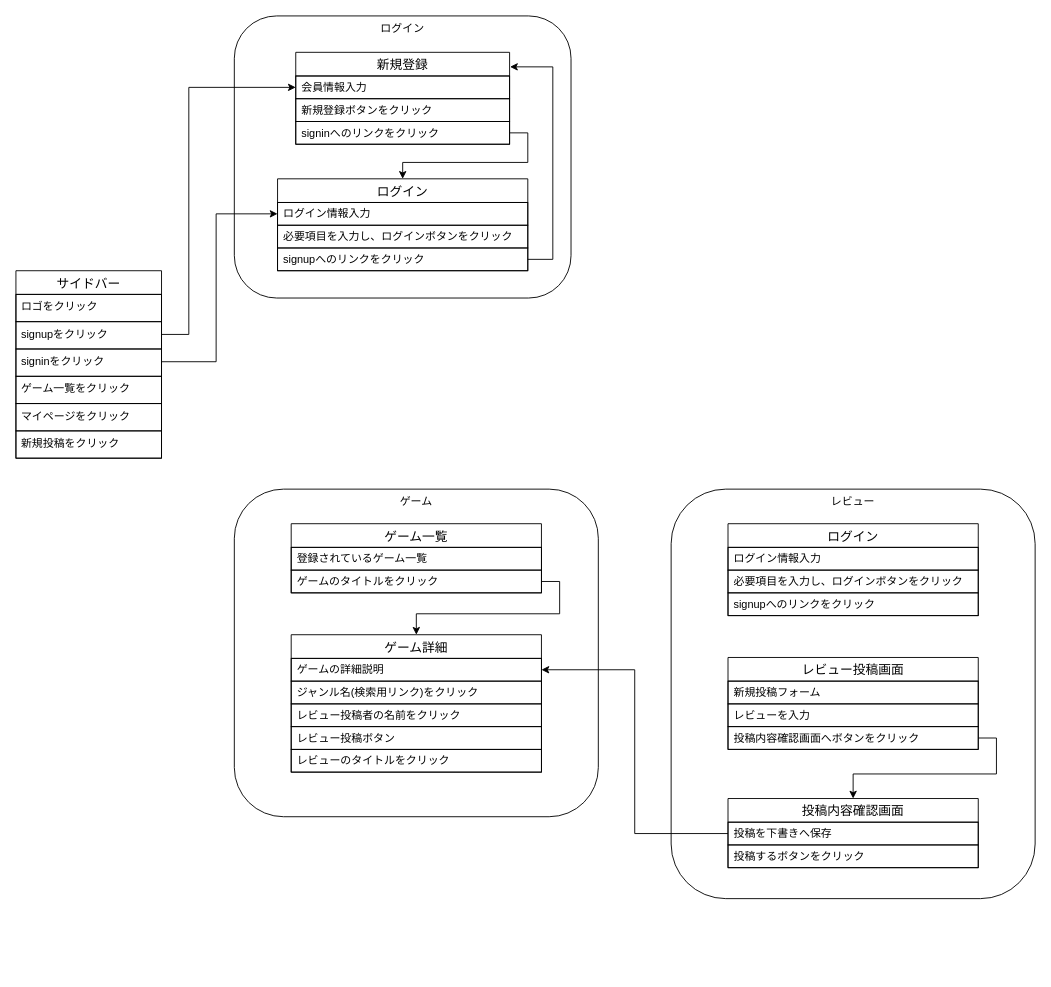
This is GRG.drawio from kuropAqn/grg, a draw.io file, before an edit. Source tidied: cells renumbered, new cells numbered last; positions are measured from the earlier drawing's top-left corner, leaving out a move shared by most shapes. Both pictures are drawn from the tidied source at 91%, with x=0, y=0 at pixel (15, 15).
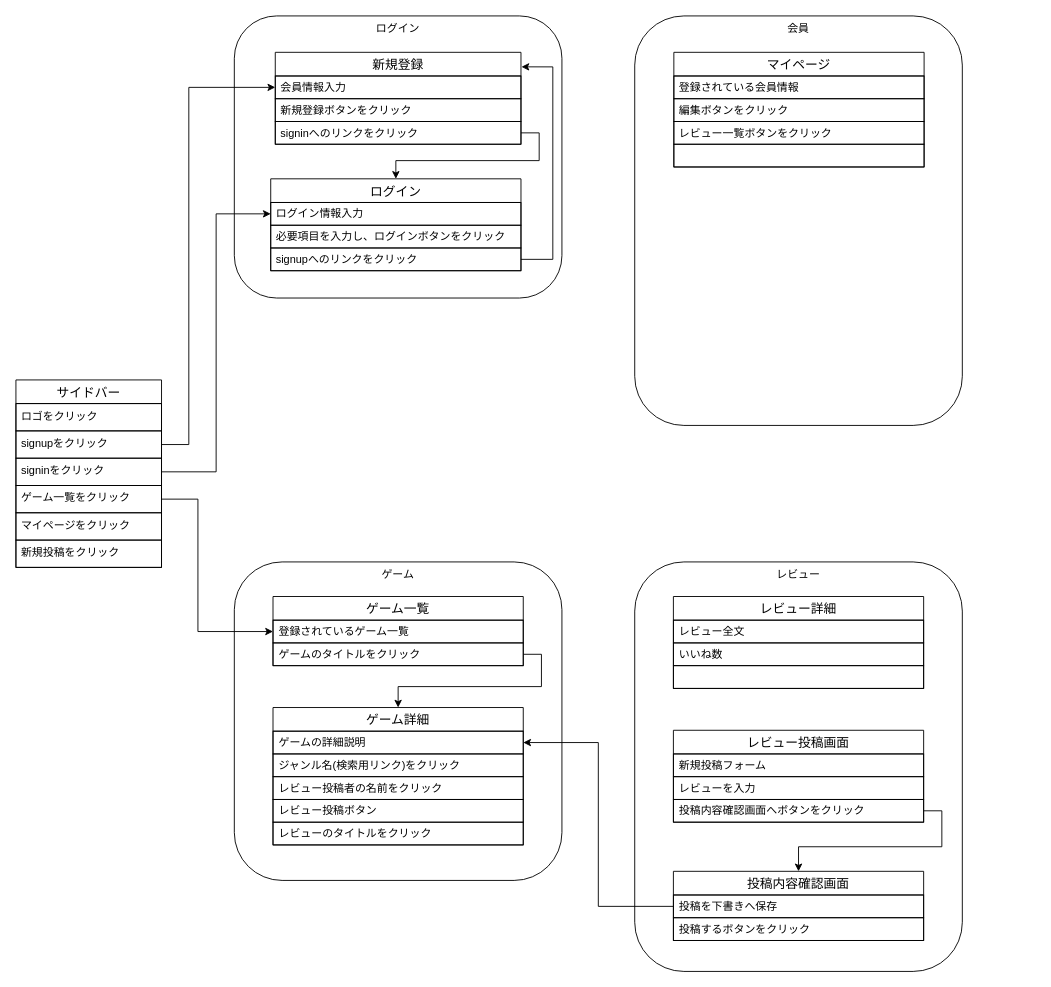
The same diagram, later.

Commit message:
GRG.drawio を更新します

Unchanged cells that the change refers to:
```xml
<mxCell id="4" value="signupをクリック" style="text;strokeColor=default;fillColor=none;spacingLeft=4;spacingRight=4;overflow=hidden;points=[[0,0.5],[1,0.5]];portConstraint=eastwest;fontSize=12;whiteSpace=wrap;html=1;" parent="2" vertex="1">
  <mxGeometry y="56" width="160" height="30" as="geometry" />
</mxCell>
<mxCell id="5" value="signinをクリック" style="text;strokeColor=default;fillColor=none;spacingLeft=4;spacingRight=4;overflow=hidden;points=[[0,0.5],[1,0.5]];portConstraint=eastwest;fontSize=12;whiteSpace=wrap;html=1;" parent="2" vertex="1">
  <mxGeometry y="86" width="160" height="30" as="geometry" />
</mxCell>
<mxCell id="6" value="ゲーム一覧をクリック" style="text;strokeColor=default;fillColor=none;spacingLeft=4;spacingRight=4;overflow=hidden;points=[[0,0.5],[1,0.5]];portConstraint=eastwest;fontSize=12;whiteSpace=wrap;html=1;" parent="2" vertex="1">
  <mxGeometry y="116" width="160" height="30" as="geometry" />
</mxCell>
<mxCell id="15" value="ログイン情報入力" style="text;strokeColor=default;fillColor=none;spacingLeft=4;spacingRight=4;overflow=hidden;points=[[0,0.5],[1,0.5]];portConstraint=eastwest;fontSize=12;whiteSpace=wrap;html=1;verticalAlign=middle;align=left;" parent="14" vertex="1">
  <mxGeometry y="26" width="275" height="25" as="geometry" />
</mxCell>
<mxCell id="29" value="登録されているゲーム一覧" style="text;strokeColor=default;fillColor=none;spacingLeft=4;spacingRight=4;overflow=hidden;points=[[0,0.5],[1,0.5]];portConstraint=eastwest;fontSize=12;whiteSpace=wrap;html=1;verticalAlign=middle;align=left;" parent="28" vertex="1">
  <mxGeometry y="26" width="275" height="25" as="geometry" />
</mxCell>
```

The edit, as a diff of the source:
```diff
@@
     <mxCell id="2" value="サイドバー" style="swimlane;fontStyle=0;horizontal=1;startSize=26;align=center;fontSize=14;" parent="1" vertex="1">
-      <mxGeometry y="280" width="160" height="206" as="geometry" />
+      <mxGeometry y="400" width="160" height="206" as="geometry" />
     </mxCell>
@@
     <mxCell id="9" value="ログイン" style="whiteSpace=wrap;html=1;verticalAlign=top;align=center;rounded=1;" parent="1" vertex="1">
-      <mxGeometry x="240" width="370" height="310" as="geometry" />
+      <mxGeometry x="240" width="360" height="310" as="geometry" />
     </mxCell>
     <mxCell id="10" value="新規登録" style="swimlane;fontStyle=0;horizontal=1;startSize=26;align=center;fontSize=14;" parent="1" vertex="1">
-      <mxGeometry x="307.5" y="40" width="235" height="101" as="geometry" />
+      <mxGeometry x="285" y="40" width="270" height="101" as="geometry" />
     </mxCell>
     <mxCell id="11" value="会員情報入力" style="text;strokeColor=default;fillColor=none;spacingLeft=4;spacingRight=4;overflow=hidden;points=[[0,0.5],[1,0.5]];portConstraint=eastwest;fontSize=12;whiteSpace=wrap;html=1;verticalAlign=middle;align=left;" parent="10" vertex="1">
-      <mxGeometry y="26" width="235" height="25" as="geometry" />
+      <mxGeometry y="26" width="270" height="25" as="geometry" />
     </mxCell>
     <mxCell id="12" value="新規登録ボタンをクリック" style="text;strokeColor=default;fillColor=none;spacingLeft=4;spacingRight=4;overflow=hidden;fontSize=12;whiteSpace=wrap;html=1;verticalAlign=middle;align=left;" parent="10" vertex="1">
-      <mxGeometry y="51" width="235" height="25" as="geometry" />
+      <mxGeometry y="51" width="270" height="25" as="geometry" />
     </mxCell>
     <mxCell id="13" value="signinへのリンクをクリック" style="text;strokeColor=default;fillColor=none;spacingLeft=4;spacingRight=4;overflow=hidden;points=[[0,0.5],[1,0.5]];portConstraint=eastwest;fontSize=12;whiteSpace=wrap;html=1;verticalAlign=middle;align=left;" parent="10" vertex="1">
-      <mxGeometry y="76" width="235" height="25" as="geometry" />
+      <mxGeometry y="76" width="270" height="25" as="geometry" />
     </mxCell>
     <mxCell id="14" value="ログイン" style="swimlane;fontStyle=0;horizontal=1;startSize=26;align=center;fontSize=14;" parent="1" vertex="1">
-      <mxGeometry x="287.5" y="179" width="275" height="101" as="geometry" />
+      <mxGeometry x="280" y="179" width="275" height="101" as="geometry" />
     </mxCell>
@@
     <mxCell id="18" style="edgeStyle=orthogonalEdgeStyle;rounded=0;jettySize=auto;html=1;exitX=1;exitY=0.5;exitDx=0;exitDy=0;entryX=0;entryY=0.5;entryDx=0;entryDy=0;" parent="1" edge="1" source="4" target="11">
       <mxGeometry relative="1" as="geometry">
         <Array as="points">
-          <mxPoint x="190" y="350" />
-          <mxPoint x="190" y="79" />
+          <mxPoint x="190" y="471" />
+          <mxPoint x="190" y="78" />
         </Array>
       </mxGeometry>
     </mxCell>
     <mxCell id="19" style="edgeStyle=orthogonalEdgeStyle;rounded=0;jettySize=auto;html=1;exitX=1;exitY=0.5;exitDx=0;exitDy=0;entryX=0;entryY=0.5;entryDx=0;entryDy=0;" parent="1" edge="1" source="5" target="15">
       <mxGeometry relative="1" as="geometry">
         <Array as="points">
-          <mxPoint x="220" y="380" />
+          <mxPoint x="220" y="501" />
           <mxPoint x="220" y="218" />
         </Array>
       </mxGeometry>
     </mxCell>
     <mxCell id="20" style="edgeStyle=orthogonalEdgeStyle;rounded=0;jettySize=auto;html=1;exitX=1;exitY=0.5;exitDx=0;exitDy=0;entryX=0.5;entryY=0;entryDx=0;entryDy=0;" parent="1" edge="1" source="13" target="14">
-      <mxGeometry relative="1" as="geometry" />
+      <mxGeometry relative="1" as="geometry">
+        <Array as="points">
+          <mxPoint x="575" y="128" />
+          <mxPoint x="575" y="159" />
+          <mxPoint x="417" y="159" />
+        </Array>
+      </mxGeometry>
     </mxCell>
@@
     <mxCell id="22" value="レビュー" style="rounded=1;whiteSpace=wrap;html=1;verticalAlign=top;" parent="1" vertex="1">
-      <mxGeometry x="720" y="520" width="400" height="450" as="geometry" />
+      <mxGeometry x="680" y="600" width="360" height="450" as="geometry" />
     </mxCell>
     <mxCell id="23" value="レビュー投稿画面" style="swimlane;fontStyle=0;horizontal=1;startSize=26;align=center;fontSize=14;" parent="1" vertex="1">
-      <mxGeometry x="782.5" y="705" width="275" height="101" as="geometry" />
+      <mxGeometry x="722.5" y="785" width="275" height="101" as="geometry" />
     </mxCell>
@@
     <mxCell id="27" value="ゲーム" style="rounded=1;whiteSpace=wrap;html=1;verticalAlign=top;" parent="1" vertex="1">
-      <mxGeometry x="240" y="520" width="400" height="360" as="geometry" />
+      <mxGeometry x="240" y="600" width="360" height="350" as="geometry" />
     </mxCell>
     <mxCell id="28" value="ゲーム一覧" style="swimlane;fontStyle=0;horizontal=1;startSize=26;align=center;fontSize=14;" parent="1" vertex="1">
-      <mxGeometry x="302.5" y="558" width="275" height="76" as="geometry" />
+      <mxGeometry x="282.5" y="638" width="275" height="76" as="geometry" />
     </mxCell>
@@
     <mxCell id="31" value="ゲーム詳細" style="swimlane;fontStyle=0;horizontal=1;startSize=26;align=center;fontSize=14;" parent="1" vertex="1">
-      <mxGeometry x="302.5" y="680" width="275" height="151" as="geometry" />
+      <mxGeometry x="282.5" y="760" width="275" height="151" as="geometry" />
     </mxCell>
@@
     <mxCell id="38" value="投稿内容確認画面" style="swimlane;fontStyle=0;horizontal=1;startSize=26;align=center;fontSize=14;" parent="1" vertex="1">
-      <mxGeometry x="782.5" y="860" width="275" height="76" as="geometry" />
+      <mxGeometry x="722.5" y="940" width="275" height="76" as="geometry" />
     </mxCell>
@@
-    <mxCell id="44" value="ログイン" style="swimlane;fontStyle=0;horizontal=1;startSize=26;align=center;fontSize=14;" parent="1" vertex="1">
-      <mxGeometry x="782.5" y="558" width="275" height="101" as="geometry" />
+    <mxCell id="44" value="レビュー詳細" style="swimlane;fontStyle=0;horizontal=1;startSize=26;align=center;fontSize=14;" parent="1" vertex="1">
+      <mxGeometry x="722.5" y="638" width="275" height="101" as="geometry" />
     </mxCell>
-    <mxCell id="45" value="ログイン情報入力" style="text;strokeColor=default;fillColor=none;spacingLeft=4;spacingRight=4;overflow=hidden;fontSize=12;whiteSpace=wrap;html=1;verticalAlign=middle;align=left;" parent="44" vertex="1">
+    <mxCell id="45" value="レビュー全文" style="text;strokeColor=default;fillColor=none;spacingLeft=4;spacingRight=4;overflow=hidden;fontSize=12;whiteSpace=wrap;html=1;verticalAlign=middle;align=left;" parent="44" vertex="1">
       <mxGeometry y="26" width="275" height="25" as="geometry" />
     </mxCell>
-    <mxCell id="46" value="必要項目を入力し、ログインボタンをクリック" style="text;strokeColor=default;fillColor=none;spacingLeft=4;spacingRight=4;overflow=hidden;fontSize=12;whiteSpace=wrap;html=1;verticalAlign=middle;align=left;" parent="44" vertex="1">
+    <mxCell id="46" value="いいね数" style="text;strokeColor=default;fillColor=none;spacingLeft=4;spacingRight=4;overflow=hidden;fontSize=12;whiteSpace=wrap;html=1;verticalAlign=middle;align=left;" parent="44" vertex="1">
       <mxGeometry y="51" width="275" height="25" as="geometry" />
     </mxCell>
-    <mxCell id="47" value="signupへのリンクをクリック" style="text;strokeColor=default;fillColor=none;spacingLeft=4;spacingRight=4;overflow=hidden;fontSize=12;whiteSpace=wrap;html=1;verticalAlign=middle;align=left;" parent="44" vertex="1">
+    <mxCell id="47" style="text;strokeColor=default;fillColor=none;spacingLeft=4;spacingRight=4;overflow=hidden;fontSize=12;whiteSpace=wrap;html=1;verticalAlign=middle;align=left;" parent="44" vertex="1">
       <mxGeometry y="76" width="275" height="25" as="geometry" />
     </mxCell>
+    <mxCell id="48" style="edgeStyle=orthogonalEdgeStyle;rounded=0;jettySize=auto;html=1;exitX=1;exitY=0.5;exitDx=0;exitDy=0;entryX=0;entryY=0.5;entryDx=0;entryDy=0;" parent="1" edge="1" source="6" target="29">
+      <mxGeometry relative="1" as="geometry">
+        <Array as="points">
+          <mxPoint x="200" y="531" />
+          <mxPoint x="200" y="677" />
+        </Array>
+      </mxGeometry>
+    </mxCell>
+    <mxCell id="49" value="会員" style="rounded=1;whiteSpace=wrap;html=1;verticalAlign=top;" parent="1" vertex="1">
+      <mxGeometry x="680" width="360" height="450" as="geometry" />
+    </mxCell>
+    <mxCell id="50" value="マイページ" style="swimlane;fontStyle=0;horizontal=1;startSize=26;align=center;fontSize=14;" parent="1" vertex="1">
+      <mxGeometry x="723" y="40" width="275" height="126" as="geometry" />
+    </mxCell>
+    <mxCell id="51" value="登録されている会員情報" style="text;strokeColor=default;fillColor=none;spacingLeft=4;spacingRight=4;overflow=hidden;fontSize=12;whiteSpace=wrap;html=1;verticalAlign=middle;align=left;" parent="50" vertex="1">
+      <mxGeometry y="26" width="275" height="25" as="geometry" />
+    </mxCell>
+    <mxCell id="52" value="編集ボタンをクリック" style="text;strokeColor=default;fillColor=none;spacingLeft=4;spacingRight=4;overflow=hidden;fontSize=12;whiteSpace=wrap;html=1;verticalAlign=middle;align=left;" parent="50" vertex="1">
+      <mxGeometry y="51" width="275" height="25" as="geometry" />
+    </mxCell>
+    <mxCell id="53" value="レビュー一覧ボタンをクリック" style="text;strokeColor=default;fillColor=none;spacingLeft=4;spacingRight=4;overflow=hidden;fontSize=12;whiteSpace=wrap;html=1;verticalAlign=middle;align=left;" parent="50" vertex="1">
+      <mxGeometry y="76" width="275" height="25" as="geometry" />
+    </mxCell>
+    <mxCell id="54" style="text;strokeColor=default;fillColor=none;spacingLeft=4;spacingRight=4;overflow=hidden;fontSize=12;whiteSpace=wrap;html=1;verticalAlign=middle;align=left;" parent="50" vertex="1">
+      <mxGeometry y="101" width="275" height="25" as="geometry" />
+    </mxCell>
```
